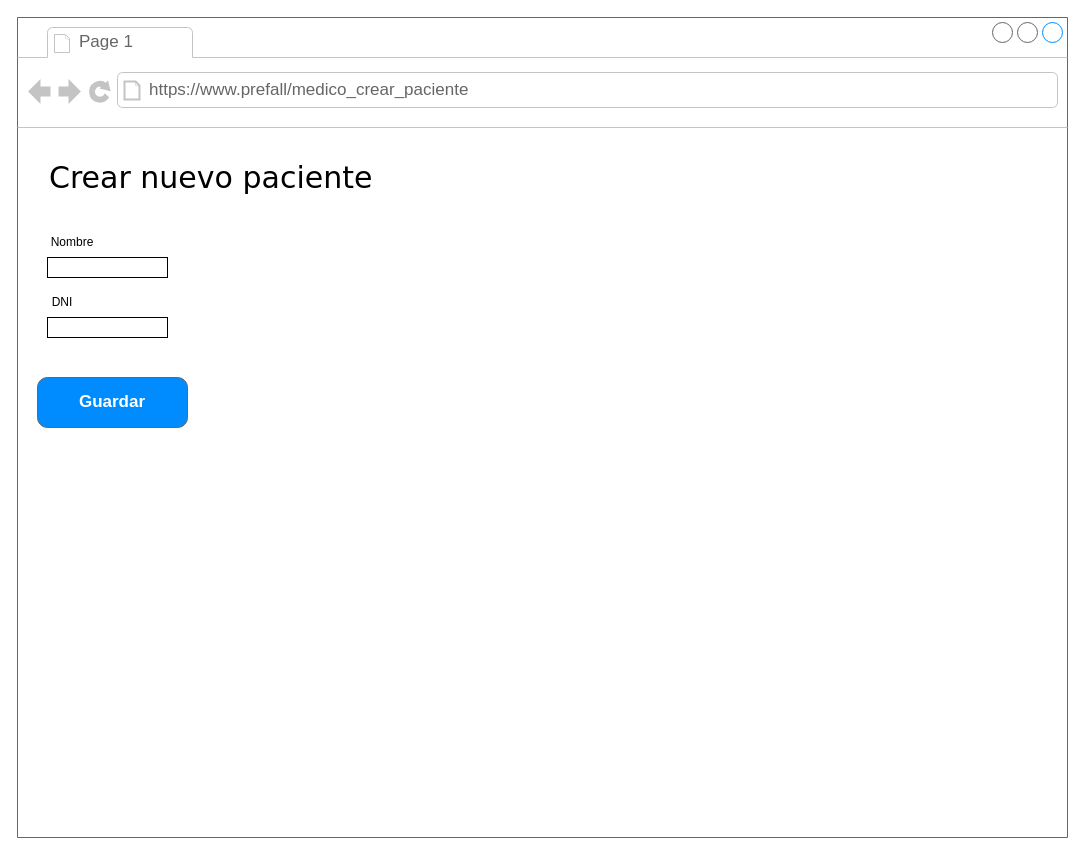
This is wireframes/(Auxiliar) Crear Paciente.drawio from bernatDiaz/artefactos, a draw.io file, before an edit. Source tidied: cells renumbered, new cells numbered last; positions are measured from the earlier drawing's top-left corner, leaving out a move shared by most shapes. Both pictures are drawn from the tidied source at 100%, with x=0, y=0 at pixel (17, 17).
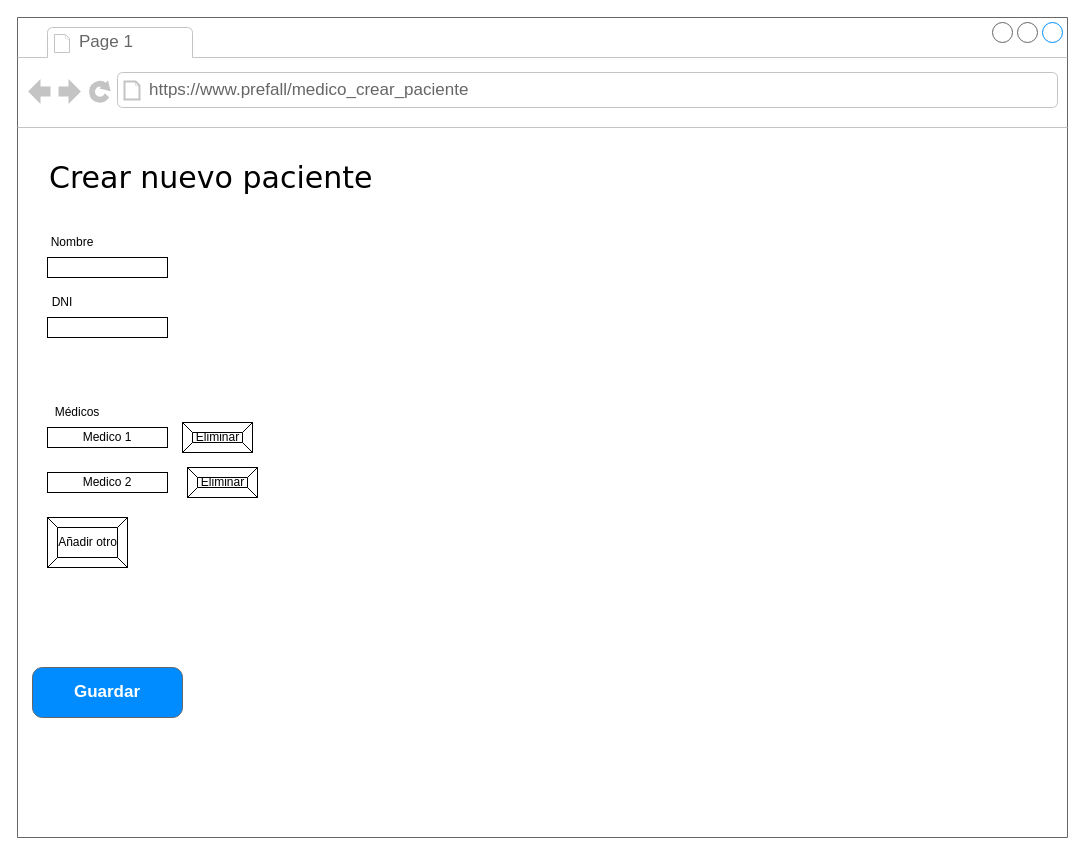
After the change.

The edit, as a diff of the source:
```diff
@@
 <mxGraphModel>
   <root>
     <mxCell id="0" />
     <mxCell id="1" parent="0" />
     <mxCell id="2" style="strokeWidth=1;shadow=0;dashed=0;align=center;html=1;shape=mxgraph.mockup.containers.browserWindow;rSize=0;strokeColor=#666666;mainText=,;rounded=0;labelBackgroundColor=none;fontFamily=Verdana;fontSize=12;" parent="1" vertex="1">
       <mxGeometry width="1050" height="820" as="geometry" />
     </mxCell>
     <mxCell id="3" value="Page 1" style="strokeWidth=1;shadow=0;dashed=0;align=center;html=1;shape=mxgraph.mockup.containers.anchor;fontSize=17;fontColor=#666666;align=left;" parent="2" vertex="1">
       <mxGeometry x="60" y="12" width="110" height="26" as="geometry" />
     </mxCell>
     <mxCell id="4" value="https://www.prefall/medico_crear_paciente" style="strokeWidth=1;shadow=0;dashed=0;align=center;html=1;shape=mxgraph.mockup.containers.anchor;rSize=0;fontSize=17;fontColor=#666666;align=left;" parent="2" vertex="1">
       <mxGeometry x="130" y="60" width="250" height="26" as="geometry" />
     </mxCell>
     <mxCell id="5" value="Crear nuevo paciente" style="text;html=1;align=left;verticalAlign=top;spacingTop=-4;fontSize=30;fontFamily=Verdana;" parent="2" vertex="1">
       <mxGeometry x="30" y="140" width="340" height="50" as="geometry" />
     </mxCell>
     <mxCell id="6" value="Nombre" style="text;html=1;strokeColor=none;fillColor=none;align=center;verticalAlign=middle;whiteSpace=wrap;rounded=0;" parent="2" vertex="1">
       <mxGeometry x="30" y="210" width="50" height="30" as="geometry" />
     </mxCell>
     <mxCell id="7" style="rounded=0;whiteSpace=wrap;html=1;" parent="2" vertex="1">
       <mxGeometry x="30" y="240" width="120" height="20" as="geometry" />
     </mxCell>
     <mxCell id="8" value="DNI" style="text;html=1;strokeColor=none;fillColor=none;align=center;verticalAlign=middle;whiteSpace=wrap;rounded=0;" parent="2" vertex="1">
       <mxGeometry x="30" y="270" width="30" height="30" as="geometry" />
     </mxCell>
     <mxCell id="9" style="rounded=0;whiteSpace=wrap;html=1;" parent="2" vertex="1">
       <mxGeometry x="30" y="300" width="120" height="20" as="geometry" />
     </mxCell>
     <mxCell id="10" value="Guardar" style="strokeWidth=1;shadow=0;dashed=0;align=center;html=1;shape=mxgraph.mockup.buttons.button;strokeColor=#666666;fontColor=#ffffff;mainText=;buttonStyle=round;fontSize=17;fontStyle=1;fillColor=#008cff;whiteSpace=wrap;" parent="2" vertex="1">
-      <mxGeometry x="20" y="360" width="150" height="50" as="geometry" />
+      <mxGeometry x="15" y="650" width="150" height="50" as="geometry" />
     </mxCell>
+    <mxCell id="11" value="Médicos" style="text;html=1;strokeColor=none;fillColor=none;align=center;verticalAlign=middle;whiteSpace=wrap;rounded=0;" parent="2" vertex="1">
+      <mxGeometry x="30" y="380" width="60" height="30" as="geometry" />
+    </mxCell>
+    <mxCell id="12" value="Medico 1" style="rounded=0;whiteSpace=wrap;html=1;" parent="2" vertex="1">
+      <mxGeometry x="30" y="410" width="120" height="20" as="geometry" />
+    </mxCell>
+    <mxCell id="13" value="Añadir otro" style="labelPosition=center;verticalLabelPosition=middle;align=center;html=1;shape=mxgraph.basic.button;dx=10;" parent="2" vertex="1">
+      <mxGeometry x="30" y="500" width="80" height="50" as="geometry" />
+    </mxCell>
+    <mxCell id="14" value="Medico 2" style="rounded=0;whiteSpace=wrap;html=1;" parent="2" vertex="1">
+      <mxGeometry x="30" y="455" width="120" height="20" as="geometry" />
+    </mxCell>
+    <mxCell id="15" value="Eliminar" style="labelPosition=center;verticalLabelPosition=middle;align=center;html=1;shape=mxgraph.basic.button;dx=10;" parent="2" vertex="1">
+      <mxGeometry x="170" y="450" width="70" height="30" as="geometry" />
+    </mxCell>
+    <mxCell id="16" value="Eliminar" style="labelPosition=center;verticalLabelPosition=middle;align=center;html=1;shape=mxgraph.basic.button;dx=10;" parent="2" vertex="1">
+      <mxGeometry x="165" y="405" width="70" height="30" as="geometry" />
+    </mxCell>
   </root>
 </mxGraphModel>
```
